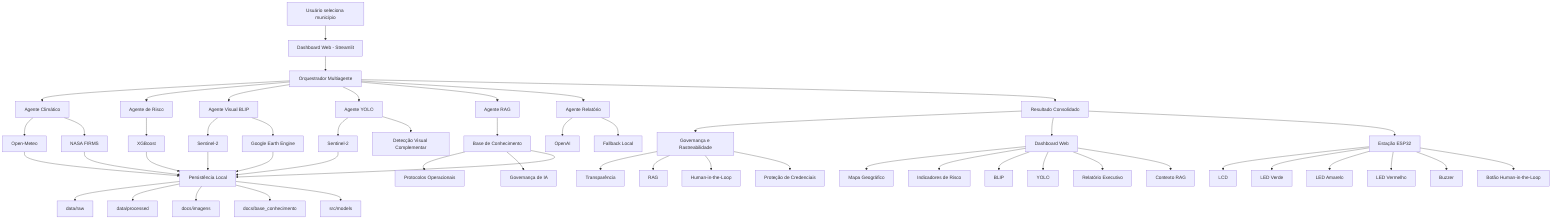
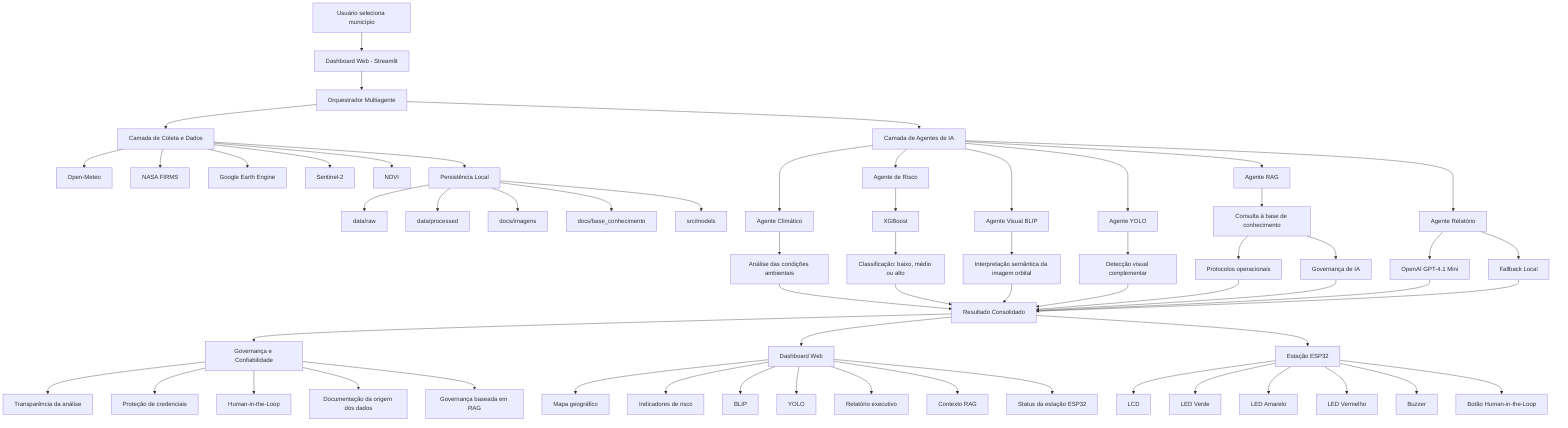
flowchart TD

    A[Usuário seleciona município] --> B[Dashboard Web - Streamlit]
- 
    B --> C[Orquestrador Multiagente]

-     C --> D[Agente Climático]
-     C --> E[Agente de Risco]
-     C --> F[Agente Visual BLIP]
-     C --> G[Agente YOLO]
-     C --> H[Agente RAG]
-     C --> I[Agente Relatório]
- 
+     C --> D[Camada de Coleta e Dados]
    D --> D1[Open-Meteo]
    D --> D2[NASA FIRMS]
+     D --> D3[Google Earth Engine]
+     D --> D4[Sentinel-2]
+     D --> D5[NDVI]

-     E --> E1[XGBoost]
- 
-     F --> F1[Sentinel-2]
-     F --> F2[Google Earth Engine]
- 
-     G --> G1[Sentinel-2]
-     G --> G2[Detecção Visual Complementar]
- 
-     H --> H1[Base de Conhecimento]
-     H1 --> H2[Protocolos Operacionais]
-     H1 --> H3[Governança de IA]
- 
-     I --> I1[OpenAI]
-     I --> I2[Fallback Local]
- 
-     D1 --> P[Persistência Local]
-     D2 --> P
-     F1 --> P
-     F2 --> P
-     G1 --> P
-     E1 --> P
-     H1 --> P
- 
+     D --> P[Persistência Local]
    P --> P1[data/raw]
    P --> P2[data/processed]
    P --> P3[docs/imagens]
    P --> P4[docs/base_conhecimento]
    P --> P5[src/models]

-     C --> R[Resultado Consolidado]
+     C --> E[Camada de Agentes de IA]

-     R --> S[Governança e Rastreabilidade]
+     E --> E1[Agente Climático]
+     E1 --> E1A[Análise das condições ambientais]

-     S --> S1[Transparência]
-     S --> S2[RAG]
-     S --> S3[Human-in-the-Loop]
-     S --> S4[Proteção de Credenciais]
+     E --> E2[Agente de Risco]
+     E2 --> E2A[XGBoost]
+     E2A --> E2B[Classificação: baixo, médio ou alto]

-     R --> T[Dashboard Web]
+     E --> E3[Agente Visual BLIP]
+     E3 --> E3A[Interpretação semântica da imagem orbital]

-     T --> T1[Mapa Geográfico]
-     T --> T2[Indicadores de Risco]
-     T --> T3[BLIP]
-     T --> T4[YOLO]
-     T --> T5[Relatório Executivo]
-     T --> T6[Contexto RAG]
+     E --> E4[Agente YOLO]
+     E4 --> E4A[Detecção visual complementar]

-     R --> U[Estação ESP32]
+     E --> E5[Agente RAG]
+     E5 --> E5A[Consulta à base de conhecimento]
+     E5A --> E5B[Protocolos operacionais]
+     E5A --> E5C[Governança de IA]

-     U --> U1[LCD]
-     U --> U2[LED Verde]
-     U --> U3[LED Amarelo]
-     U --> U4[LED Vermelho]
-     U --> U5[Buzzer]
-     U --> U6[Botão Human-in-the-Loop]+     E --> E6[Agente Relatório]
+     E6 --> E6A[OpenAI GPT-4.1 Mini]
+     E6 --> E6B[Fallback Local]
+ 
+     E1A --> R[Resultado Consolidado]
+     E2B --> R
+     E3A --> R
+     E4A --> R
+     E5B --> R
+     E5C --> R
+     E6A --> R
+     E6B --> R
+ 
+     R --> G[Governança e Confiabilidade]
+     G --> G1[Transparência da análise]
+     G --> G2[Proteção de credenciais]
+     G --> G3[Human-in-the-Loop]
+     G --> G4[Documentação da origem dos dados]
+     G --> G5[Governança baseada em RAG]
+ 
+     R --> H[Dashboard Web]
+     H --> H1[Mapa geográfico]
+     H --> H2[Indicadores de risco]
+     H --> H3[BLIP]
+     H --> H4[YOLO]
+     H --> H5[Relatório executivo]
+     H --> H6[Contexto RAG]
+     H --> H7[Status da estação ESP32]
+ 
+     R --> I[Estação ESP32]
+     I --> I1[LCD]
+     I --> I2[LED Verde]
+     I --> I3[LED Amarelo]
+     I --> I4[LED Vermelho]
+     I --> I5[Buzzer]
+     I --> I6[Botão Human-in-the-Loop]